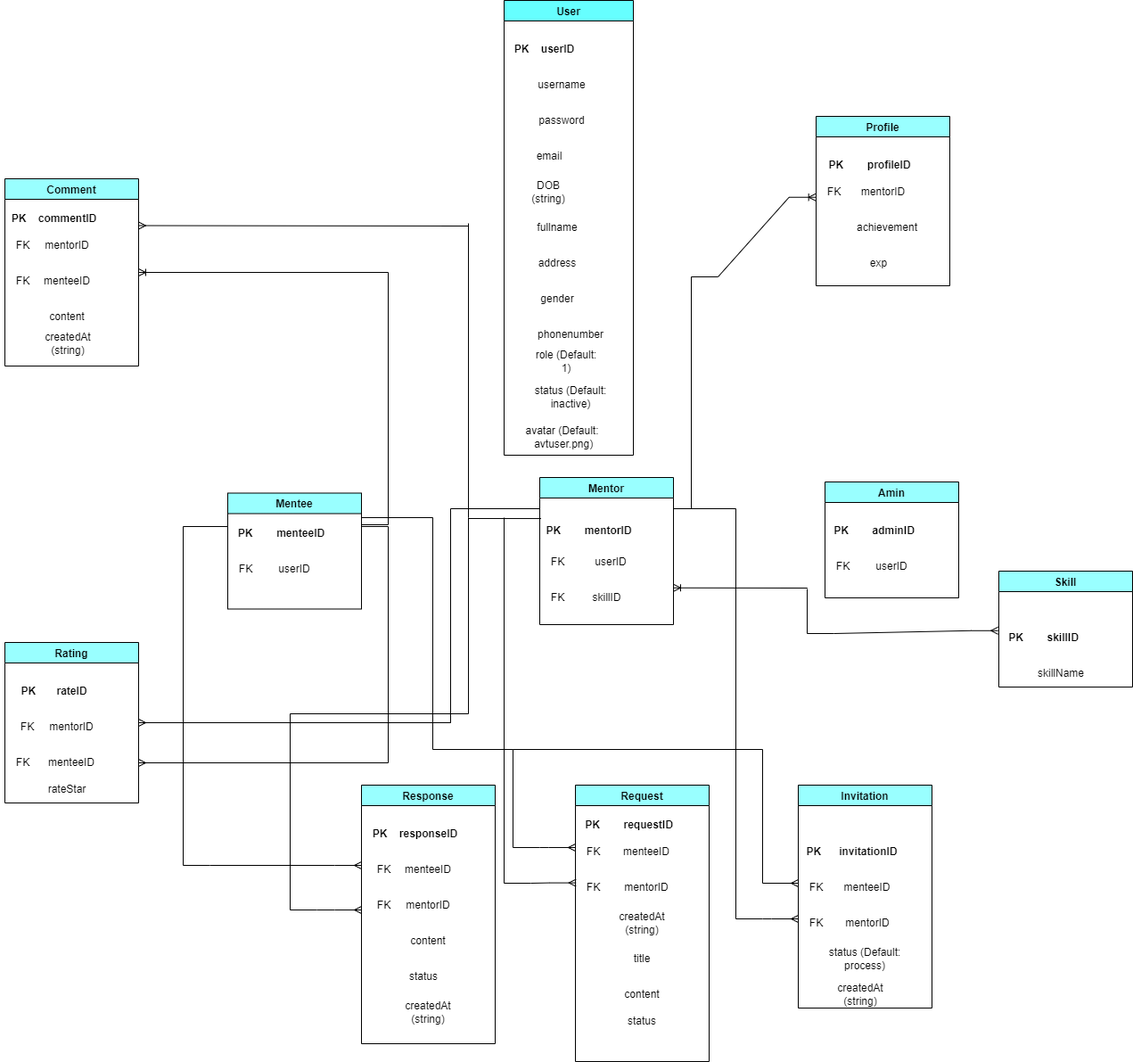
Above: HappyProgramming_DB.drawio.png in dungdt23/SWP391_Document (draw.io), before the change. Source tidied: cells renumbered, new cells last; positions are measured from the earlier drawing's top-left corner, leaving out a move shared by most shapes.
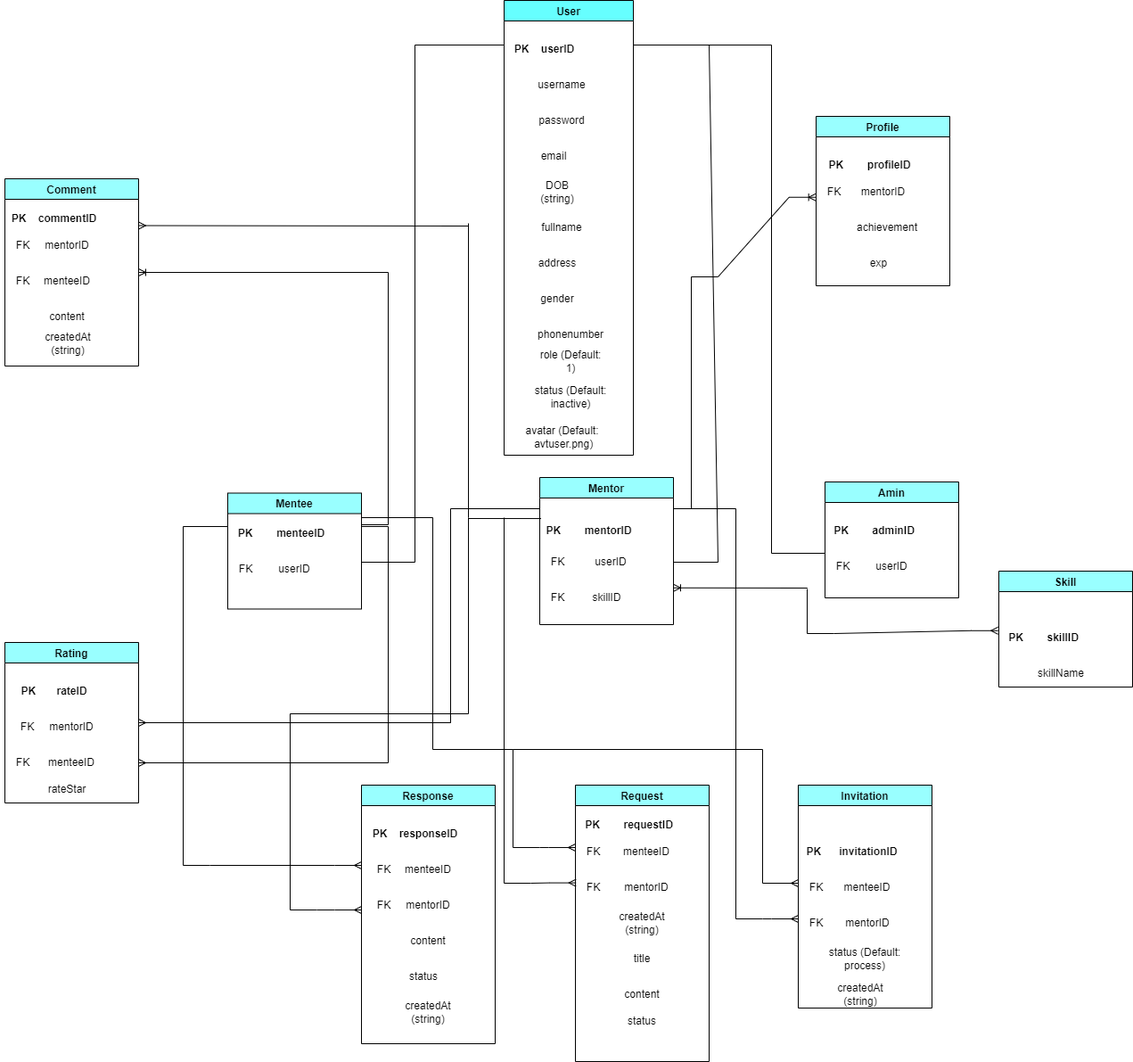
The same file after the commit.

The edit, as a diff of the source:
```diff
@@ -15,13 +15,13 @@
       <mxGeometry x="30" y="120" width="70" height="30" as="geometry" />
     </mxCell>
     <mxCell id="6" value="&amp;nbsp;email&lt;span style=&quot;white-space: pre;&quot;&gt;&#9;&lt;/span&gt;" style="text;html=1;strokeColor=none;fillColor=none;align=center;verticalAlign=middle;whiteSpace=wrap;rounded=0;" parent="2" vertex="1">
-      <mxGeometry x="30" y="160" width="60" height="30" as="geometry" />
+      <mxGeometry x="35" y="160" width="60" height="30" as="geometry" />
     </mxCell>
     <mxCell id="7" value="DOB (string)" style="text;html=1;strokeColor=none;fillColor=none;align=center;verticalAlign=middle;whiteSpace=wrap;rounded=0;" parent="2" vertex="1">
-      <mxGeometry x="20" y="200" width="60" height="30" as="geometry" />
+      <mxGeometry x="30" y="200" width="60" height="30" as="geometry" />
     </mxCell>
     <mxCell id="8" value="fullname" style="text;html=1;strokeColor=none;fillColor=none;align=center;verticalAlign=middle;whiteSpace=wrap;rounded=0;" parent="2" vertex="1">
-      <mxGeometry x="30" y="240" width="60" height="30" as="geometry" />
+      <mxGeometry x="35" y="240" width="60" height="30" as="geometry" />
     </mxCell>
     <mxCell id="9" value="address" style="text;html=1;strokeColor=none;fillColor=none;align=center;verticalAlign=middle;whiteSpace=wrap;rounded=0;" parent="2" vertex="1">
       <mxGeometry x="30" y="280" width="60" height="30" as="geometry" />
@@ -33,7 +33,7 @@
       <mxGeometry x="45" y="360" width="60" height="30" as="geometry" />
     </mxCell>
     <mxCell id="12" value="role (Default: 1)" style="text;html=1;strokeColor=none;fillColor=none;align=center;verticalAlign=middle;whiteSpace=wrap;rounded=0;" parent="2" vertex="1">
-      <mxGeometry x="30" y="390" width="80" height="30" as="geometry" />
+      <mxGeometry x="35" y="390" width="80" height="30" as="geometry" />
     </mxCell>
     <mxCell id="13" value="status (Default: inactive)" style="text;html=1;strokeColor=none;fillColor=none;align=center;verticalAlign=middle;whiteSpace=wrap;rounded=0;" parent="2" vertex="1">
       <mxGeometry x="30" y="430" width="90" height="30" as="geometry" />
@@ -424,5 +424,58 @@
         <mxPoint x="775" y="310" as="sourcePoint" />
       </mxGeometry>
     </mxCell>
+    <mxCell id="113" style="endArrow=none;html=1;rounded=0;" parent="1" edge="1">
+      <mxGeometry relative="1" as="geometry">
+        <mxPoint x="405" y="630" as="sourcePoint" />
+        <mxPoint x="465" y="630" as="targetPoint" />
+      </mxGeometry>
+    </mxCell>
+    <mxCell id="114" style="endArrow=none;html=1;rounded=0;" parent="1" edge="1">
+      <mxGeometry relative="1" as="geometry">
+        <mxPoint x="465" y="630" as="sourcePoint" />
+        <mxPoint x="465" y="50" as="targetPoint" />
+      </mxGeometry>
+    </mxCell>
+    <mxCell id="115" style="endArrow=none;html=1;rounded=0;entryX=0;entryY=0.333;entryDx=0;entryDy=0;entryPerimeter=0;" parent="1" edge="1" target="3">
+      <mxGeometry relative="1" as="geometry">
+        <mxPoint x="465" y="50" as="sourcePoint" />
+      </mxGeometry>
+    </mxCell>
+    <mxCell id="116" style="endArrow=none;html=1;rounded=0;" parent="1" edge="1">
+      <mxGeometry relative="1" as="geometry">
+        <mxPoint x="710" y="50" as="sourcePoint" />
+        <mxPoint x="795" y="50" as="targetPoint" />
+      </mxGeometry>
+    </mxCell>
+    <mxCell id="117" style="endArrow=none;html=1;rounded=0;" parent="1" edge="1">
+      <mxGeometry relative="1" as="geometry">
+        <mxPoint x="795" y="50" as="sourcePoint" />
+        <mxPoint x="805" y="630" as="targetPoint" />
+      </mxGeometry>
+    </mxCell>
+    <mxCell id="118" style="endArrow=none;html=1;rounded=0;" parent="1" edge="1">
+      <mxGeometry relative="1" as="geometry">
+        <mxPoint x="755" y="630" as="sourcePoint" />
+        <mxPoint x="805" y="630" as="targetPoint" />
+      </mxGeometry>
+    </mxCell>
+    <mxCell id="119" style="endArrow=none;html=1;rounded=0;" parent="1" edge="1">
+      <mxGeometry relative="1" as="geometry">
+        <mxPoint x="865" y="620" as="sourcePoint" />
+        <mxPoint x="925" y="620" as="targetPoint" />
+      </mxGeometry>
+    </mxCell>
+    <mxCell id="120" style="endArrow=none;html=1;rounded=0;" parent="1" edge="1">
+      <mxGeometry relative="1" as="geometry">
+        <mxPoint x="865" y="620" as="sourcePoint" />
+        <mxPoint x="865" y="50" as="targetPoint" />
+      </mxGeometry>
+    </mxCell>
+    <mxCell id="121" style="endArrow=none;html=1;rounded=0;" parent="1" edge="1">
+      <mxGeometry relative="1" as="geometry">
+        <mxPoint x="715" y="50" as="sourcePoint" />
+        <mxPoint x="865" y="50" as="targetPoint" />
+      </mxGeometry>
+    </mxCell>
   </root>
 </mxGraphModel>
```
